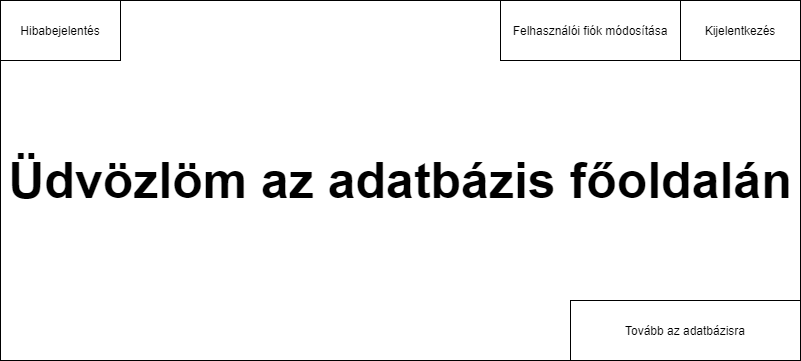
The draw.io diagram pictures/Főoldal bejelentkezve.png in utassydenis/AFP2021_1_K0800_Csapat4, before a commit. Source tidied: cells renumbered, new cells last; positions are measured from the earlier drawing's top-left corner, leaving out a move shared by most shapes. The source it was exported from:
```xml
<mxGraphModel>
  <root>
    <mxCell id="0" />
    <mxCell id="1" parent="0" />
    <mxCell id="2" value="&lt;font size=&quot;1&quot;&gt;&lt;b style=&quot;font-size: 50px&quot;&gt;Üdvözlöm az adatbázis főoldalán&lt;/b&gt;&lt;/font&gt;" style="rounded=0;whiteSpace=wrap;html=1;fontStyle=0;" parent="1" vertex="1">
      <mxGeometry width="800" height="360" as="geometry" />
    </mxCell>
    <mxCell id="3" value="Kijelentkezés" style="rounded=0;whiteSpace=wrap;html=1;" parent="1" vertex="1">
      <mxGeometry x="680" width="120" height="60" as="geometry" />
    </mxCell>
    <mxCell id="4" value="Tovább az adatbázisra" style="rounded=0;whiteSpace=wrap;html=1;hachureGap=4;" parent="1" vertex="1">
      <mxGeometry x="570" y="300" width="230" height="60" as="geometry" />
    </mxCell>
    <mxCell id="5" value="Felhasználói fiók módosítása" style="rounded=0;whiteSpace=wrap;html=1;" parent="1" vertex="1">
      <mxGeometry x="500" width="180" height="60" as="geometry" />
    </mxCell>
    <mxCell id="6" value="Hibabejelentés" style="rounded=0;whiteSpace=wrap;html=1;hachureGap=4;" parent="1" vertex="1">
      <mxGeometry width="120" height="60" as="geometry" />
    </mxCell>
  </root>
</mxGraphModel>
```
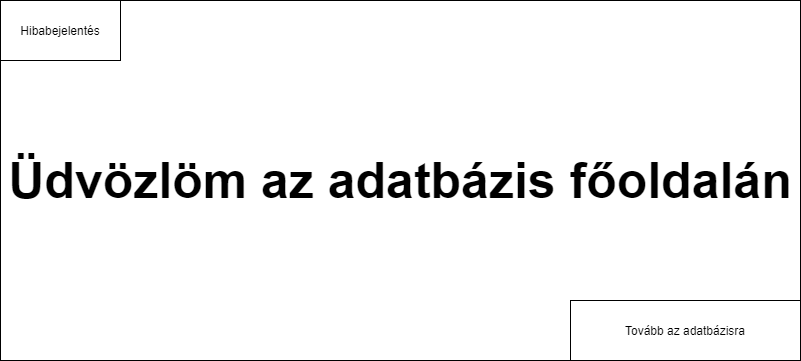
After the change.

Change to the diagram source:
```diff
@@ -5,15 +5,9 @@
     <mxCell id="2" value="&lt;font size=&quot;1&quot;&gt;&lt;b style=&quot;font-size: 50px&quot;&gt;Üdvözlöm az adatbázis főoldalán&lt;/b&gt;&lt;/font&gt;" style="rounded=0;whiteSpace=wrap;html=1;fontStyle=0;" parent="1" vertex="1">
       <mxGeometry width="800" height="360" as="geometry" />
     </mxCell>
-    <mxCell id="3" value="Kijelentkezés" style="rounded=0;whiteSpace=wrap;html=1;" parent="1" vertex="1">
-      <mxGeometry x="680" width="120" height="60" as="geometry" />
-    </mxCell>
     <mxCell id="4" value="Tovább az adatbázisra" style="rounded=0;whiteSpace=wrap;html=1;hachureGap=4;" parent="1" vertex="1">
       <mxGeometry x="570" y="300" width="230" height="60" as="geometry" />
     </mxCell>
-    <mxCell id="5" value="Felhasználói fiók módosítása" style="rounded=0;whiteSpace=wrap;html=1;" parent="1" vertex="1">
-      <mxGeometry x="500" width="180" height="60" as="geometry" />
-    </mxCell>
     <mxCell id="6" value="Hibabejelentés" style="rounded=0;whiteSpace=wrap;html=1;hachureGap=4;" parent="1" vertex="1">
       <mxGeometry width="120" height="60" as="geometry" />
     </mxCell>
```
